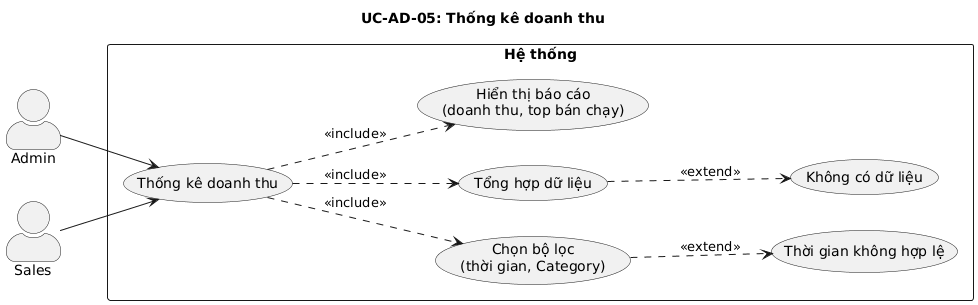
Before: docs/diagrams/images/uc_AD05_thong_ke_doanh_thu.png, a diagram exported from PlantUML (huuhieu56/PC-Parts-ECommerce).
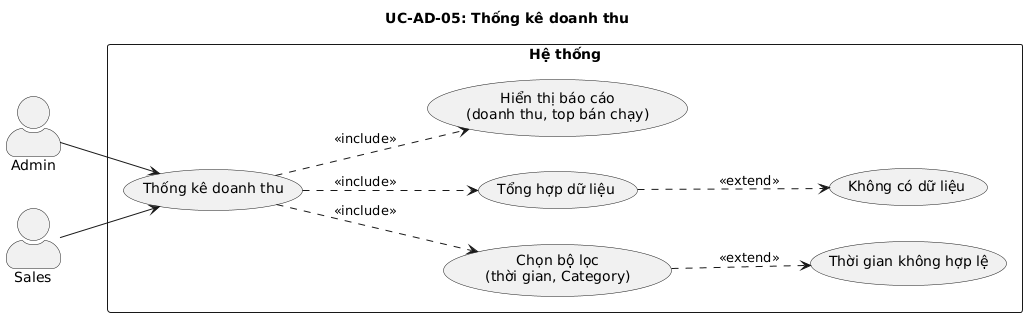
Above is the later version.

The edit, as a diff of the source:
```diff
@@ -1,4 +1,4 @@
-@startuml
+@startuml uc_AD05_thong_ke_doanh_thu
 left to right direction
 skinparam actorStyle awesome
 skinparam packageStyle rectangle
@@ -24,4 +24,5 @@
 UC_STAT ..> UC_REPORT : <<include>>
 UC_FILTER ..> UC_ERR_DATE : <<extend>>
 UC_QUERY ..> UC_ERR_EMPTY : <<extend>>
+
 @enduml
```
